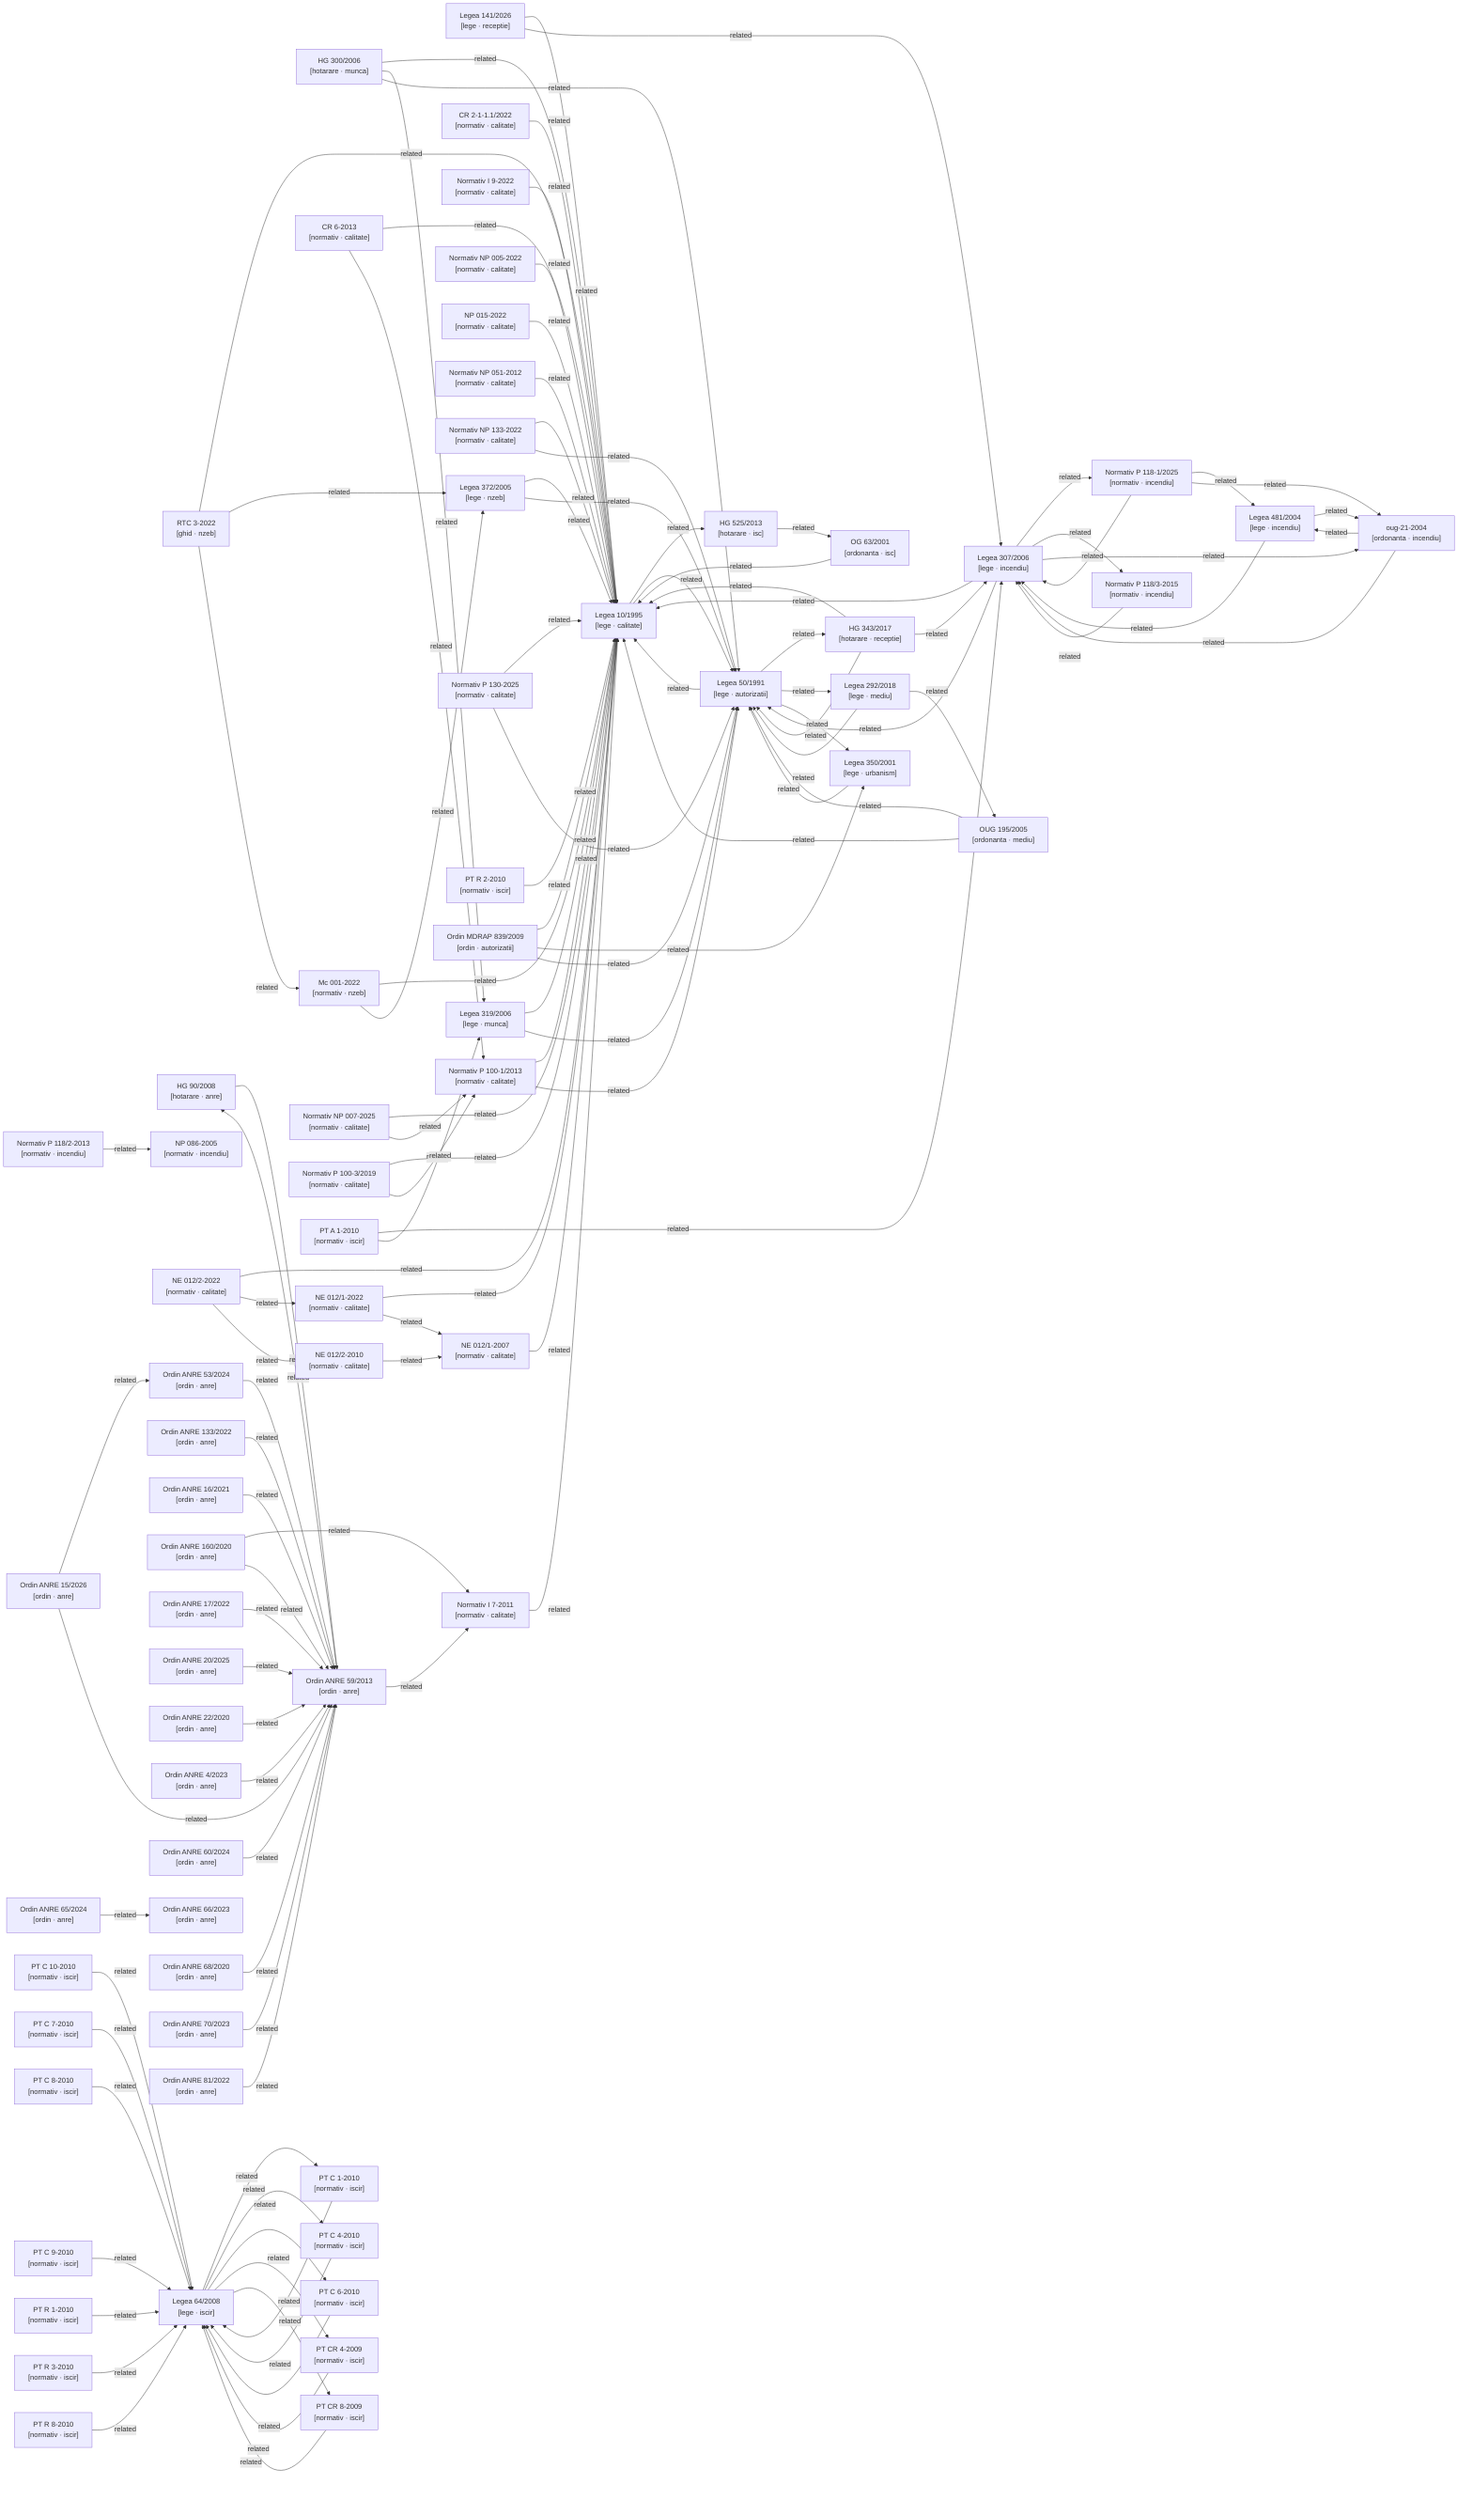
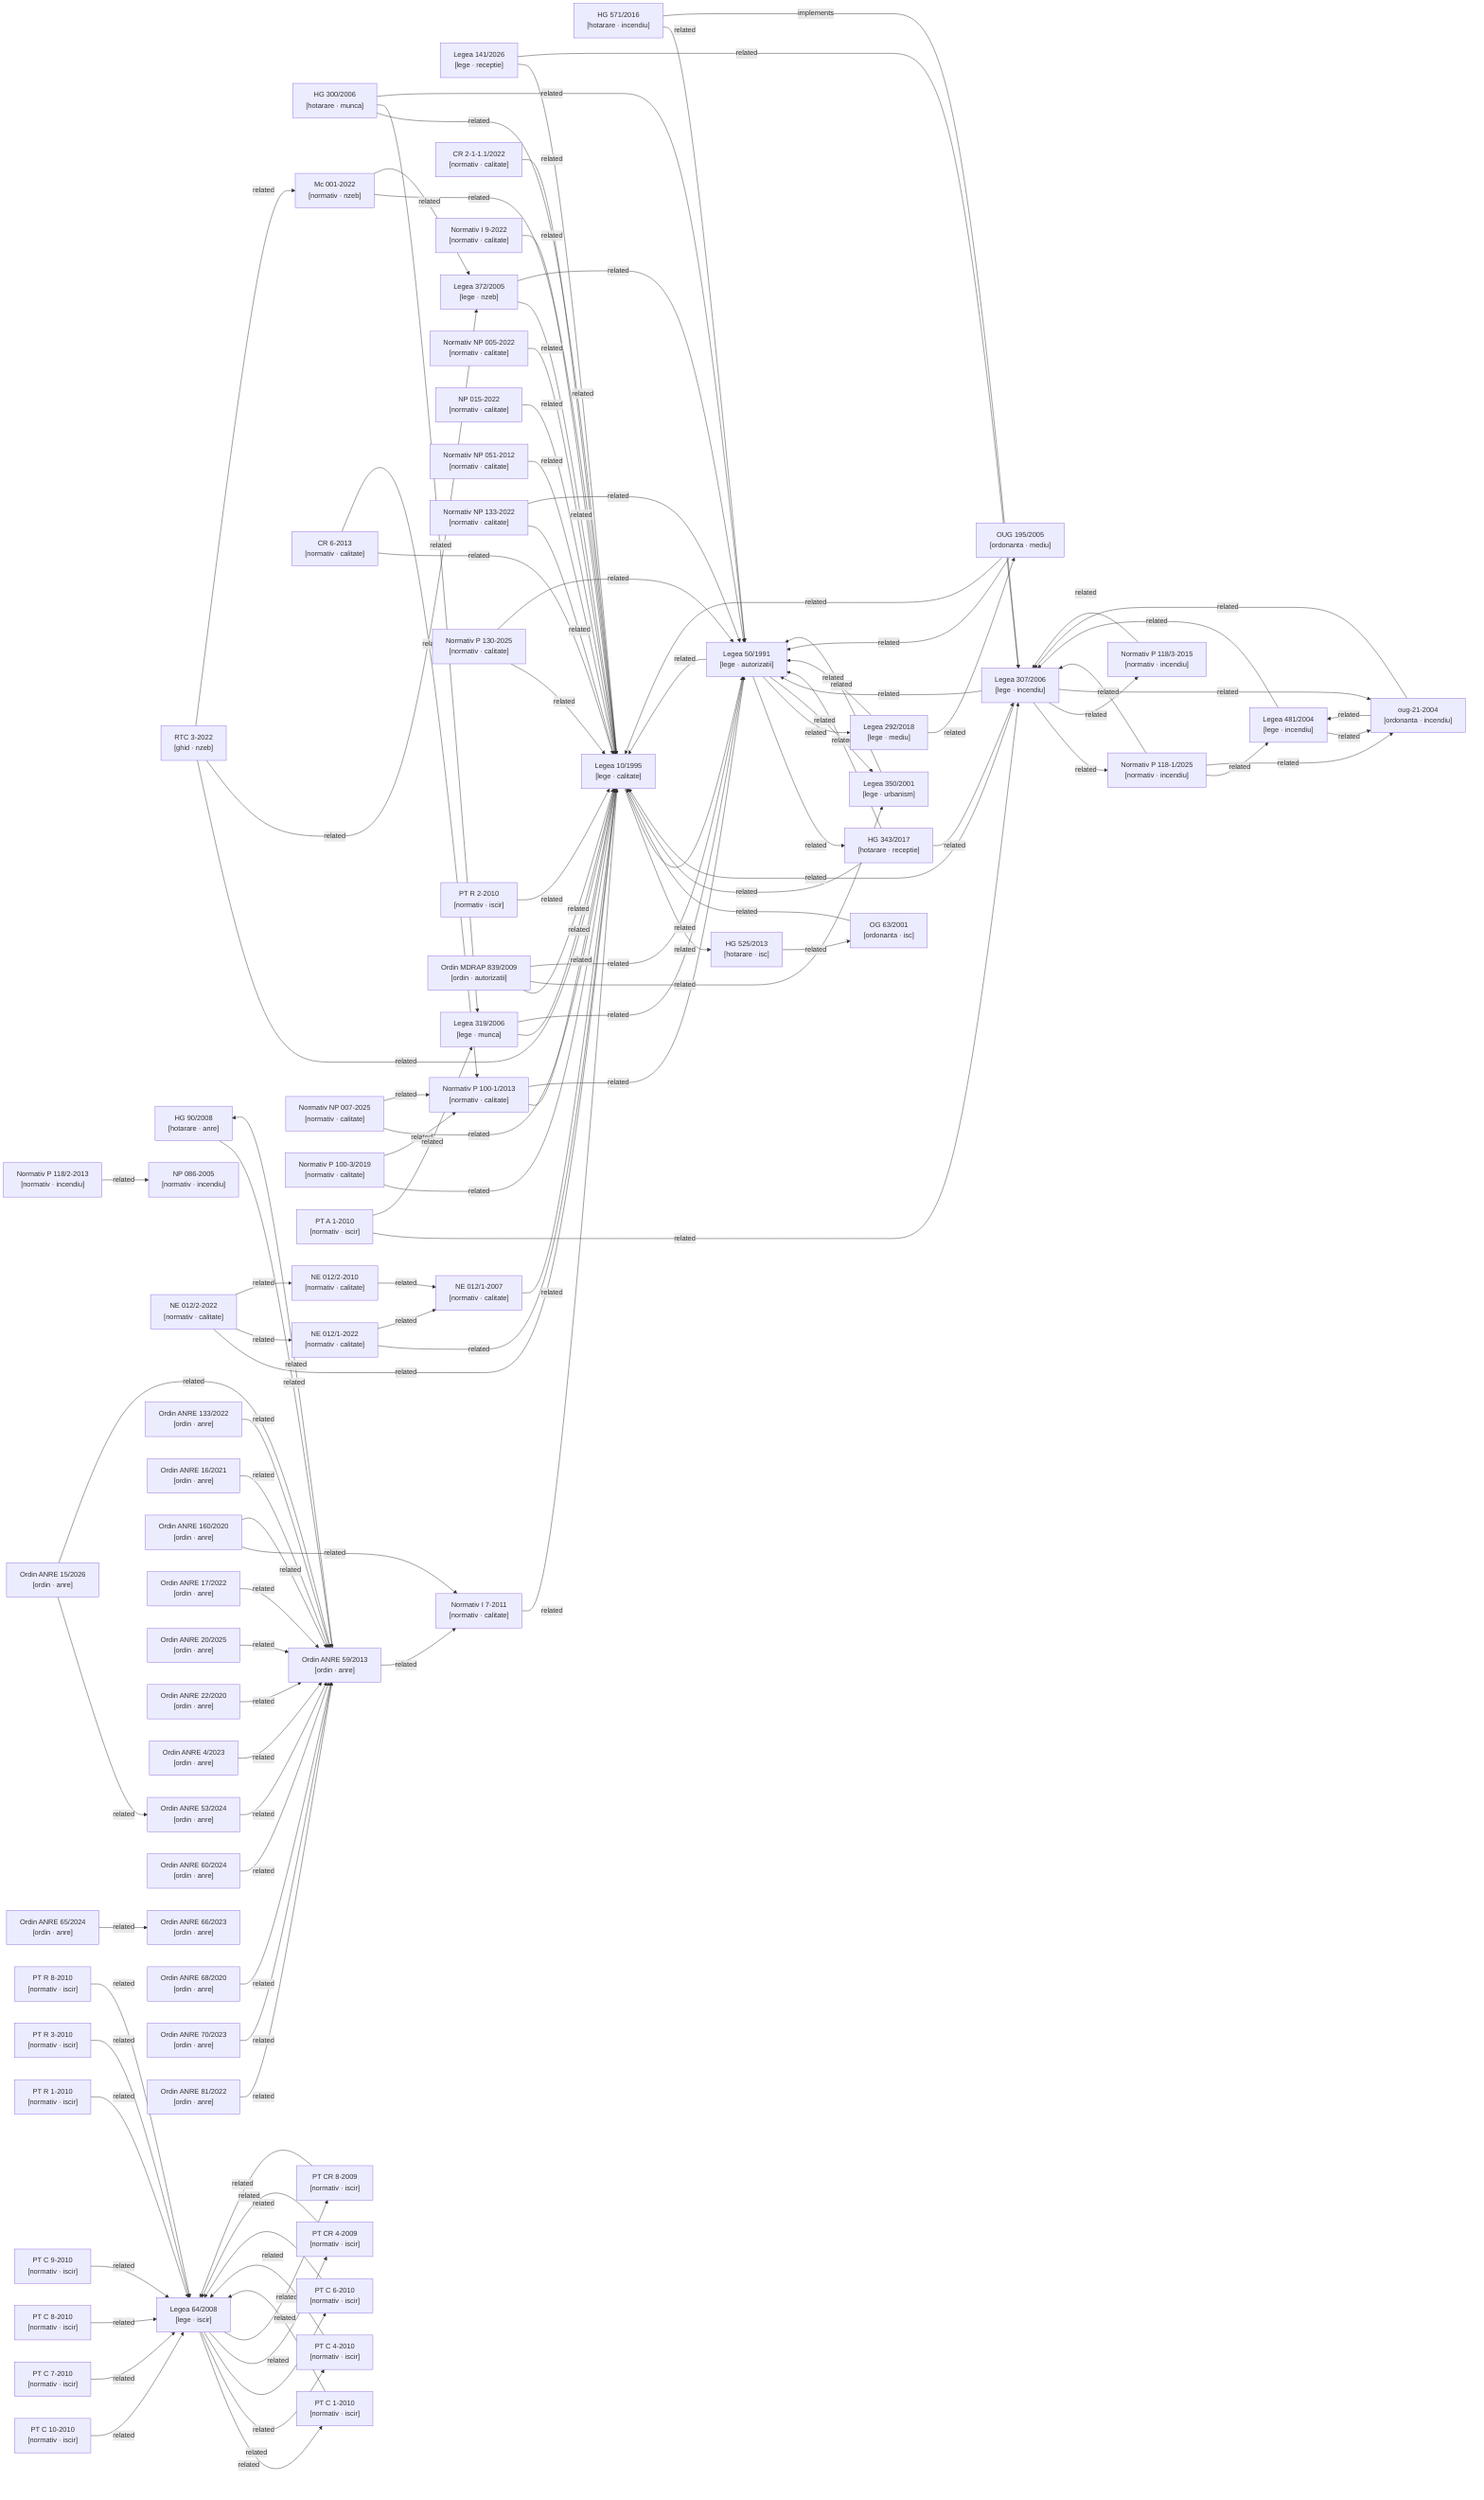
graph LR

  %% Nodes
  ghid-rtc3-2022["RTC 3-2022\n[ghid · nzeb]"]
  hg-300-2006["HG 300/2006\n[hotarare · munca]"]
  hg-343-2017["HG 343/2017\n[hotarare · receptie]"]
  hg-525-2013["HG 525/2013\n[hotarare · isc]"]
+   hg-571-2016["HG 571/2016\n[hotarare · incendiu]"]
  hg-90-2008["HG 90/2008\n[hotarare · anre]"]
  lege-10-1995["Legea 10/1995\n[lege · calitate]"]
  lege-141-2026["Legea 141/2026\n[lege · receptie]"]
  lege-292-2018["Legea 292/2018\n[lege · mediu]"]
  lege-307-2006["Legea 307/2006\n[lege · incendiu]"]
  lege-319-2006["Legea 319/2006\n[lege · munca]"]
  lege-350-2001["Legea 350/2001\n[lege · urbanism]"]
  lege-372-2005["Legea 372/2005\n[lege · nzeb]"]
  lege-481-2004["Legea 481/2004\n[lege · incendiu]"]
  lege-50-1991["Legea 50/1991\n[lege · autorizatii]"]
  lege-64-2008["Legea 64/2008\n[lege · iscir]"]
  metodologie-mc001-2022["Mc 001-2022\n[normativ · nzeb]"]
  normativ-cr2-1-1-1-2022["CR 2-1-1.1/2022\n[normativ · calitate]"]
  normativ-cr6-2013["CR 6-2013\n[normativ · calitate]"]
  normativ-i7-2011["Normativ I 7-2011\n[normativ · calitate]"]
  normativ-i9-2022["Normativ I 9-2022\n[normativ · calitate]"]
  normativ-ne012-1-2007["NE 012/1-2007\n[normativ · calitate]"]
  normativ-ne012-1-2022["NE 012/1-2022\n[normativ · calitate]"]
  normativ-ne012-2-2010["NE 012/2-2010\n[normativ · calitate]"]
  normativ-ne012-2-2022["NE 012/2-2022\n[normativ · calitate]"]
  normativ-np005-2022["Normativ NP 005-2022\n[normativ · calitate]"]
  normativ-np007-2025["Normativ NP 007-2025\n[normativ · calitate]"]
  normativ-np015-2022["NP 015-2022\n[normativ · calitate]"]
  normativ-np051-2012["Normativ NP 051-2012\n[normativ · calitate]"]
  normativ-np086-2005["NP 086-2005\n[normativ · incendiu]"]
  normativ-np133-2022["Normativ NP 133-2022\n[normativ · calitate]"]
  normativ-p100-1-2013["Normativ P 100-1/2013\n[normativ · calitate]"]
  normativ-p100-3-2019["Normativ P 100-3/2019\n[normativ · calitate]"]
  normativ-p118-1-2025["Normativ P 118-1/2025\n[normativ · incendiu]"]
  normativ-p118-2-2013["Normativ P 118/2-2013\n[normativ · incendiu]"]
  normativ-p118-3-2015["Normativ P 118/3-2015\n[normativ · incendiu]"]
  normativ-p130-2025["Normativ P 130-2025\n[normativ · calitate]"]
  normativ-pt-a1-2010["PT A 1-2010\n[normativ · iscir]"]
  normativ-pt-c1-2010["PT C 1-2010\n[normativ · iscir]"]
  normativ-pt-c10-2010["PT C 10-2010\n[normativ · iscir]"]
  normativ-pt-c4-2010["PT C 4-2010\n[normativ · iscir]"]
  normativ-pt-c6-2010["PT C 6-2010\n[normativ · iscir]"]
  normativ-pt-c7-2010["PT C 7-2010\n[normativ · iscir]"]
  normativ-pt-c8-2010["PT C 8-2010\n[normativ · iscir]"]
  normativ-pt-c9-2010["PT C 9-2010\n[normativ · iscir]"]
  normativ-pt-cr4-2009["PT CR 4-2009\n[normativ · iscir]"]
  normativ-pt-cr8-2009["PT CR 8-2009\n[normativ · iscir]"]
  normativ-pt-r1-2010["PT R 1-2010\n[normativ · iscir]"]
  normativ-pt-r2-2010["PT R 2-2010\n[normativ · iscir]"]
  normativ-pt-r3-2010["PT R 3-2010\n[normativ · iscir]"]
  normativ-pt-r8-2010["PT R 8-2010\n[normativ · iscir]"]
  og-63-2001["OG 63/2001\n[ordonanta · isc]"]
  ordin-839-2009["Ordin MDRAP 839/2009\n[ordin · autorizatii]"]
  ordin-anre-133-2022["Ordin ANRE 133/2022\n[ordin · anre]"]
  ordin-anre-15-2026["Ordin ANRE 15/2026\n[ordin · anre]"]
  ordin-anre-16-2021["Ordin ANRE 16/2021\n[ordin · anre]"]
  ordin-anre-160-2020["Ordin ANRE 160/2020\n[ordin · anre]"]
  ordin-anre-17-2022["Ordin ANRE 17/2022\n[ordin · anre]"]
  ordin-anre-20-2025["Ordin ANRE 20/2025\n[ordin · anre]"]
  ordin-anre-22-2020["Ordin ANRE 22/2020\n[ordin · anre]"]
  ordin-anre-4-2023["Ordin ANRE 4/2023\n[ordin · anre]"]
  ordin-anre-53-2024["Ordin ANRE 53/2024\n[ordin · anre]"]
  ordin-anre-59-2013["Ordin ANRE 59/2013\n[ordin · anre]"]
  ordin-anre-60-2024["Ordin ANRE 60/2024\n[ordin · anre]"]
  ordin-anre-65-2024["Ordin ANRE 65/2024\n[ordin · anre]"]
  ordin-anre-66-2023["Ordin ANRE 66/2023\n[ordin · anre]"]
  ordin-anre-68-2020["Ordin ANRE 68/2020\n[ordin · anre]"]
  ordin-anre-70-2023["Ordin ANRE 70/2023\n[ordin · anre]"]
  ordin-anre-81-2022["Ordin ANRE 81/2022\n[ordin · anre]"]
  oug-195-2005["OUG 195/2005\n[ordonanta · mediu]"]
  oug-21-2004["oug-21-2004\n[ordonanta · incendiu]"]

  %% Confirmed relationships (from metadata related_acts)
  ghid-rtc3-2022 -->|related| lege-10-1995
  ghid-rtc3-2022 -->|related| lege-372-2005
  ghid-rtc3-2022 -->|related| metodologie-mc001-2022
  hg-300-2006 -->|related| lege-10-1995
  hg-300-2006 -->|related| lege-319-2006
  hg-300-2006 -->|related| lege-50-1991
  hg-343-2017 -->|related| lege-10-1995
  hg-343-2017 -->|related| lege-307-2006
  hg-343-2017 -->|related| lege-50-1991
  hg-525-2013 -->|related| og-63-2001
+   hg-571-2016 -->|related| lege-50-1991
+   hg-571-2016 -->|implements| lege-307-2006
  hg-90-2008 -->|related| ordin-anre-59-2013
  lege-10-1995 -->|related| hg-525-2013
  lege-10-1995 -->|related| lege-50-1991
  lege-141-2026 -->|related| lege-10-1995
  lege-141-2026 -->|related| lege-307-2006
  lege-292-2018 -->|related| lege-50-1991
  lege-292-2018 -->|related| oug-195-2005
  lege-307-2006 -->|related| lege-10-1995
  lege-307-2006 -->|related| lege-50-1991
  lege-307-2006 -->|related| normativ-p118-1-2025
  lege-307-2006 -->|related| normativ-p118-3-2015
  lege-307-2006 -->|related| oug-21-2004
  lege-319-2006 -->|related| lege-10-1995
  lege-319-2006 -->|related| lege-50-1991
  lege-350-2001 -->|related| lege-50-1991
  lege-372-2005 -->|related| lege-10-1995
  lege-372-2005 -->|related| lege-50-1991
  lege-481-2004 -->|related| lege-307-2006
  lege-481-2004 -->|related| oug-21-2004
  lege-50-1991 -->|related| hg-343-2017
  lege-50-1991 -->|related| lege-10-1995
  lege-50-1991 -->|related| lege-292-2018
  lege-50-1991 -->|related| lege-350-2001
  lege-64-2008 -->|related| normativ-pt-c1-2010
  lege-64-2008 -->|related| normativ-pt-c4-2010
  lege-64-2008 -->|related| normativ-pt-c6-2010
  lege-64-2008 -->|related| normativ-pt-cr4-2009
  lege-64-2008 -->|related| normativ-pt-cr8-2009
  metodologie-mc001-2022 -->|related| lege-10-1995
  metodologie-mc001-2022 -->|related| lege-372-2005
  normativ-cr2-1-1-1-2022 -->|related| lege-10-1995
  normativ-cr6-2013 -->|related| lege-10-1995
  normativ-cr6-2013 -->|related| normativ-p100-1-2013
  normativ-i7-2011 -->|related| lege-10-1995
  normativ-i9-2022 -->|related| lege-10-1995
  normativ-ne012-1-2007 -->|related| lege-10-1995
  normativ-ne012-1-2022 -->|related| lege-10-1995
  normativ-ne012-1-2022 -->|related| normativ-ne012-1-2007
  normativ-ne012-2-2010 -->|related| normativ-ne012-1-2007
  normativ-ne012-2-2022 -->|related| lege-10-1995
  normativ-ne012-2-2022 -->|related| normativ-ne012-1-2022
  normativ-ne012-2-2022 -->|related| normativ-ne012-2-2010
  normativ-np005-2022 -->|related| lege-10-1995
  normativ-np007-2025 -->|related| lege-10-1995
  normativ-np007-2025 -->|related| normativ-p100-1-2013
  normativ-np015-2022 -->|related| lege-10-1995
  normativ-np051-2012 -->|related| lege-10-1995
  normativ-np133-2022 -->|related| lege-10-1995
  normativ-np133-2022 -->|related| lege-50-1991
  normativ-p100-1-2013 -->|related| lege-10-1995
  normativ-p100-1-2013 -->|related| lege-50-1991
  normativ-p100-3-2019 -->|related| lege-10-1995
  normativ-p100-3-2019 -->|related| normativ-p100-1-2013
  normativ-p118-1-2025 -->|related| lege-307-2006
  normativ-p118-1-2025 -->|related| lege-481-2004
  normativ-p118-1-2025 -->|related| oug-21-2004
  normativ-p118-2-2013 -->|related| normativ-np086-2005
  normativ-p118-3-2015 -->|related| lege-307-2006
  normativ-p130-2025 -->|related| lege-10-1995
  normativ-p130-2025 -->|related| lege-50-1991
  normativ-pt-a1-2010 -->|related| lege-307-2006
  normativ-pt-a1-2010 -->|related| lege-319-2006
  normativ-pt-c1-2010 -->|related| lege-64-2008
  normativ-pt-c10-2010 -->|related| lege-64-2008
  normativ-pt-c4-2010 -->|related| lege-64-2008
  normativ-pt-c6-2010 -->|related| lege-64-2008
  normativ-pt-c7-2010 -->|related| lege-64-2008
  normativ-pt-c8-2010 -->|related| lege-64-2008
  normativ-pt-c9-2010 -->|related| lege-64-2008
  normativ-pt-cr4-2009 -->|related| lege-64-2008
  normativ-pt-cr8-2009 -->|related| lege-64-2008
  normativ-pt-r1-2010 -->|related| lege-64-2008
  normativ-pt-r2-2010 -->|related| lege-10-1995
  normativ-pt-r3-2010 -->|related| lege-64-2008
  normativ-pt-r8-2010 -->|related| lege-64-2008
  og-63-2001 -->|related| lege-10-1995
  ordin-839-2009 -->|related| lege-10-1995
  ordin-839-2009 -->|related| lege-350-2001
  ordin-839-2009 -->|related| lege-50-1991
  ordin-anre-133-2022 -->|related| ordin-anre-59-2013
  ordin-anre-15-2026 -->|related| ordin-anre-53-2024
  ordin-anre-15-2026 -->|related| ordin-anre-59-2013
  ordin-anre-16-2021 -->|related| ordin-anre-59-2013
  ordin-anre-160-2020 -->|related| normativ-i7-2011
  ordin-anre-160-2020 -->|related| ordin-anre-59-2013
  ordin-anre-17-2022 -->|related| ordin-anre-59-2013
  ordin-anre-20-2025 -->|related| ordin-anre-59-2013
  ordin-anre-22-2020 -->|related| ordin-anre-59-2013
  ordin-anre-4-2023 -->|related| ordin-anre-59-2013
  ordin-anre-53-2024 -->|related| ordin-anre-59-2013
  ordin-anre-59-2013 -->|related| hg-90-2008
  ordin-anre-59-2013 -->|related| normativ-i7-2011
  ordin-anre-60-2024 -->|related| ordin-anre-59-2013
  ordin-anre-65-2024 -->|related| ordin-anre-66-2023
  ordin-anre-68-2020 -->|related| ordin-anre-59-2013
  ordin-anre-70-2023 -->|related| ordin-anre-59-2013
  ordin-anre-81-2022 -->|related| ordin-anre-59-2013
  oug-195-2005 -->|related| lege-10-1995
  oug-195-2005 -->|related| lege-50-1991
  oug-21-2004 -->|related| lege-307-2006
  oug-21-2004 -->|related| lege-481-2004

  %% Auto-detected relationships (needs_review)
